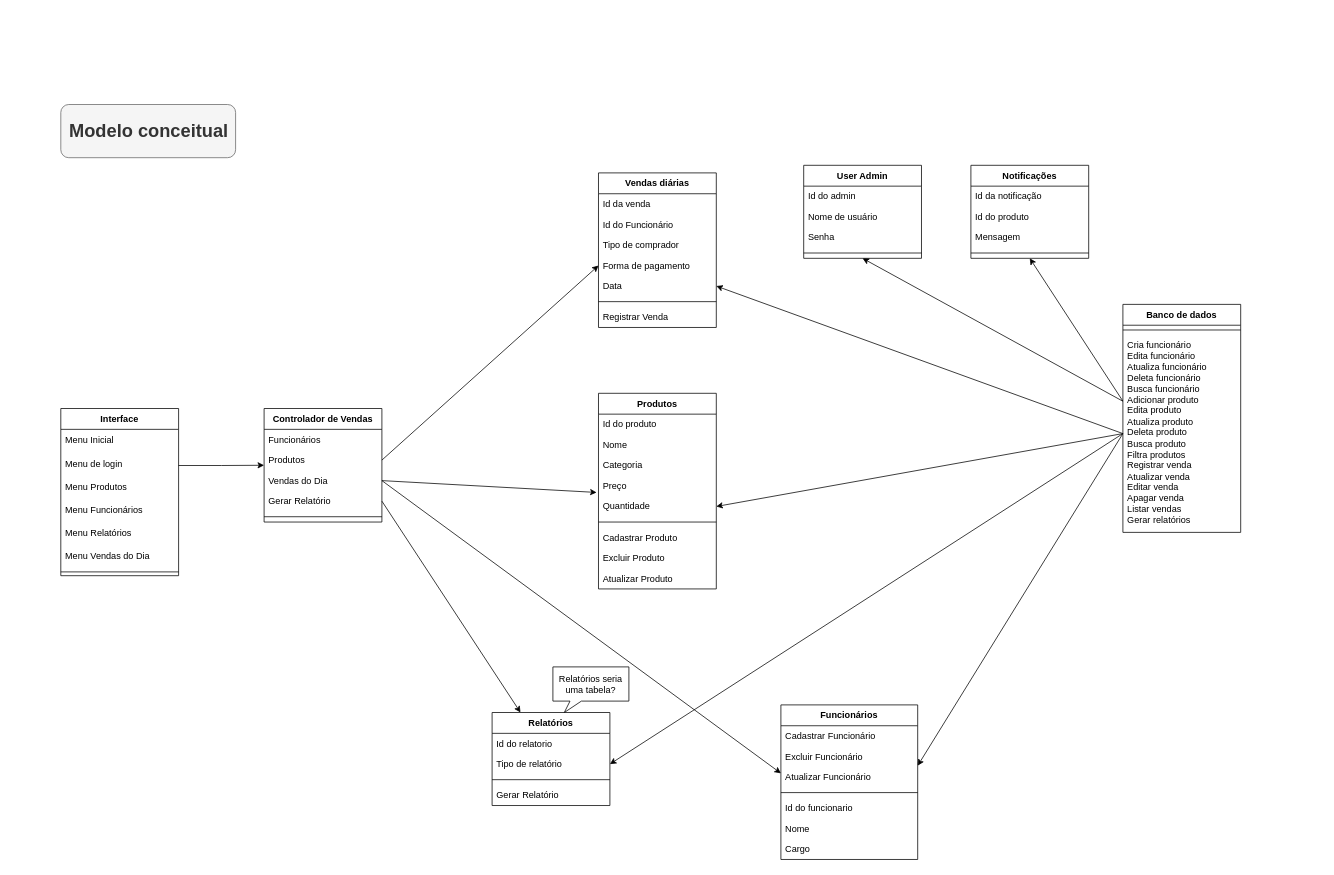
Earlier version of the draw.io diagram ModeloConceitual.drawio (belleruivo/cantina-fatore). Source tidied: cells renumbered, new cells numbered last; positions are measured from the earlier drawing's top-left corner, leaving out a move shared by most shapes. Both pictures are drawn from the tidied source at 76%, with x=0, y=0 at pixel (60, 104).
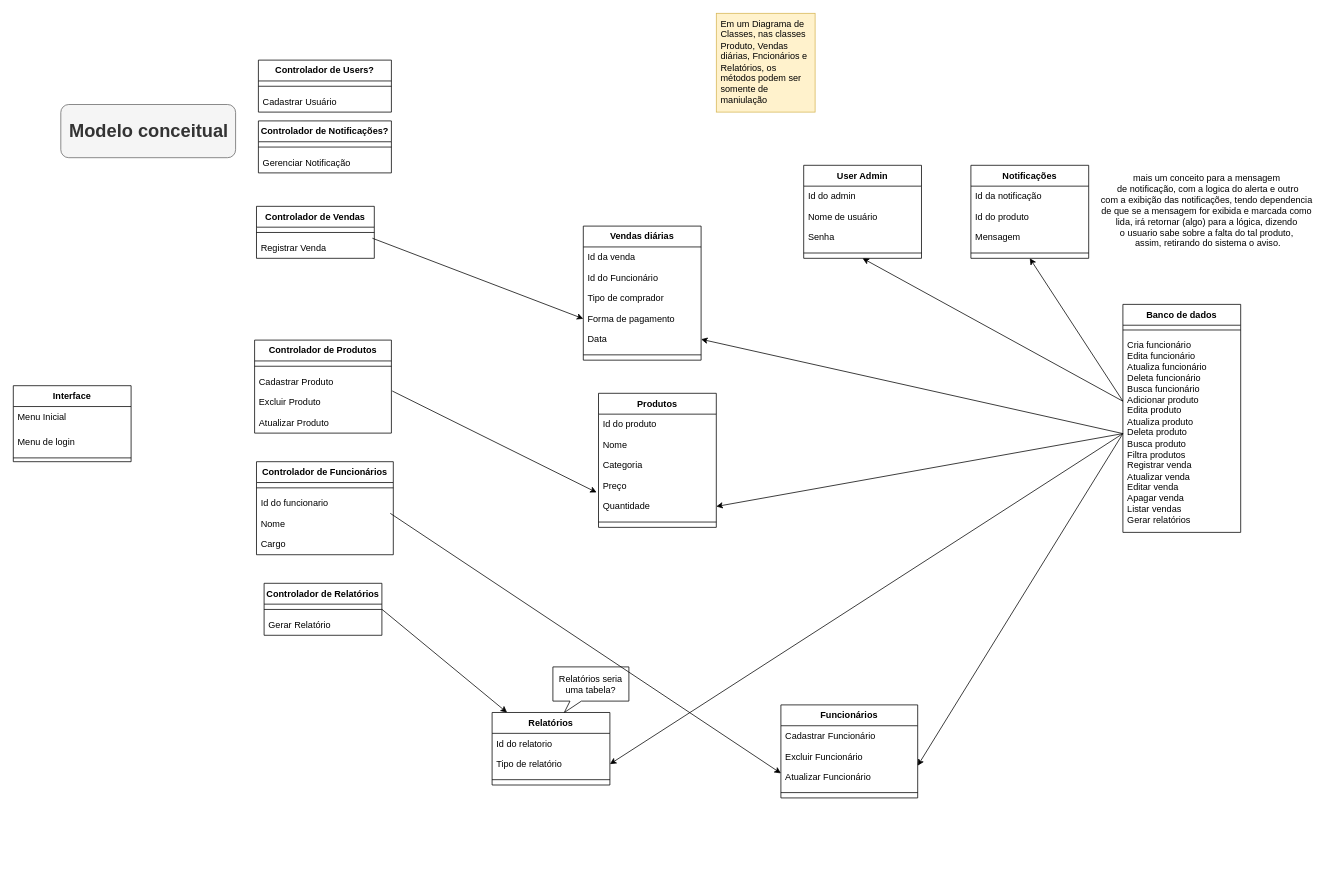
After the change.

Unchanged cells that the change refers to:
```xml
<mxCell id="2" value="Banco de dados" style="swimlane;fontStyle=1;align=center;verticalAlign=top;horizontal=1;startSize=27.428571428571427;" parent="1" vertex="1">
  <mxGeometry x="1398" y="263" width="155" height="300" as="geometry" />
</mxCell>
<mxCell id="19" value="Forma de pagamento" style="text;strokeColor=none;fillColor=none;align=left;verticalAlign=top;spacingLeft=4;spacingRight=4;overflow=hidden;points=[[0,0.5],[1,0.5]];portConstraint=eastwest;" parent="15" vertex="1">
  <mxGeometry y="108.4" width="155" height="27" as="geometry" />
</mxCell>
<mxCell id="33" value="Quantidade" style="text;strokeColor=none;fillColor=none;align=left;verticalAlign=top;spacingLeft=4;spacingRight=4;overflow=hidden;points=[[0,0.5],[1,0.5]];portConstraint=eastwest;" parent="28" vertex="1">
  <mxGeometry y="135.4" width="155" height="27" as="geometry" />
</mxCell>
<mxCell id="40" value="Menu de login" style="text;strokeColor=none;fillColor=none;align=left;verticalAlign=top;spacingLeft=4;spacingRight=4;overflow=hidden;points=[[0,0.5],[1,0.5]];portConstraint=eastwest;" parent="38" vertex="1">
  <mxGeometry y="60" width="155" height="30" as="geometry" />
</mxCell>
```

Change to the diagram source:
```diff
@@
-    <mxCell id="4" value="Cria funcionário&lt;div&gt;Edita funcionário&lt;/div&gt;&lt;div&gt;Atualiza funcionário&lt;/div&gt;&lt;div&gt;Deleta funcionário&lt;/div&gt;&lt;div&gt;Busca funcionário&lt;/div&gt;&lt;div&gt;Adicionar produto&lt;/div&gt;&lt;div&gt;Edita produto&lt;/div&gt;&lt;div&gt;Atualiza produto&lt;/div&gt;&lt;div&gt;Deleta produto&lt;/div&gt;&lt;div&gt;Busca produto&lt;/div&gt;&lt;div&gt;Filtra produtos&lt;/div&gt;&lt;div&gt;Registrar venda&lt;/div&gt;&lt;div&gt;Atualizar venda&lt;/div&gt;&lt;div&gt;Editar venda&lt;/div&gt;&lt;div&gt;Apagar venda&lt;/div&gt;&lt;div&gt;Listar vendas&lt;/div&gt;&lt;div&gt;Gerar relatórios&lt;/div&gt;&lt;div&gt;&lt;br&gt;&lt;/div&gt;" style="text;strokeColor=none;fillColor=none;align=left;verticalAlign=top;spacingLeft=4;spacingRight=4;overflow=hidden;points=[[0,0.5],[1,0.5]];portConstraint=eastwest;whiteSpace=wrap;html=1;" parent="2" vertex="1">
+    <mxCell id="4" value="Cria funcionário&lt;div&gt;Edita funcionário&lt;/div&gt;&lt;div&gt;Atualiza funcionário&lt;/div&gt;&lt;div&gt;Deleta funcionário&lt;/div&gt;&lt;div&gt;Busca funcionário&lt;/div&gt;&lt;div&gt;Adicionar produto&lt;/div&gt;&lt;div&gt;Edita produto&lt;/div&gt;&lt;div&gt;Atualiza produto&lt;/div&gt;&lt;div&gt;Deleta produto&lt;/div&gt;&lt;div&gt;Busca produto&lt;/div&gt;&lt;div&gt;Filtra produtos&lt;/div&gt;&lt;div&gt;Registrar venda&lt;/div&gt;&lt;div&gt;Atualizar venda&lt;/div&gt;&lt;div&gt;Editar venda&lt;/div&gt;&lt;div&gt;Apagar venda&lt;/div&gt;&lt;div&gt;Listar vendas&lt;/div&gt;&lt;div&gt;Gerar relatórios&lt;/div&gt;" style="text;strokeColor=none;fillColor=none;align=left;verticalAlign=top;spacingLeft=4;spacingRight=4;overflow=hidden;points=[[0,0.5],[1,0.5]];portConstraint=eastwest;whiteSpace=wrap;html=1;" parent="2" vertex="1">
       <mxGeometry y="40" width="155" height="260" as="geometry" />
     </mxCell>
@@
     <mxCell id="10" value="Relatórios" style="swimlane;fontStyle=1;align=center;verticalAlign=top;horizontal=1;startSize=27.428571428571427;" parent="1" vertex="1">
-      <mxGeometry x="568" y="800" width="155" height="122.4" as="geometry" />
+      <mxGeometry x="568" y="800" width="155" height="95.4" as="geometry" />
     </mxCell>
@@
-    <mxCell id="14" value="Gerar Relatório" style="text;strokeColor=none;fillColor=none;align=left;verticalAlign=top;spacingLeft=4;spacingRight=4;overflow=hidden;" parent="10" vertex="1">
-      <mxGeometry y="95.4" width="155" height="27" as="geometry" />
-    </mxCell>
     <mxCell id="15" value="Vendas diárias" style="swimlane;fontStyle=1;align=center;verticalAlign=top;horizontal=1;startSize=27.428571428571427;" parent="1" vertex="1">
-      <mxGeometry x="708" y="90" width="155" height="203.4" as="geometry" />
+      <mxGeometry x="688" y="160" width="155" height="176.4" as="geometry" />
     </mxCell>
@@
-    <mxCell id="22" value="Registrar Venda" style="text;strokeColor=none;fillColor=none;align=left;verticalAlign=top;spacingLeft=4;spacingRight=4;overflow=hidden;points=[[0,0.5],[1,0.5]];portConstraint=eastwest;" parent="15" vertex="1">
-      <mxGeometry y="176.4" width="155" height="27" as="geometry" />
-    </mxCell>
@@
     <mxCell id="28" value="Produtos" style="swimlane;fontStyle=1;align=center;verticalAlign=top;horizontal=1;startSize=27.428571428571427;" parent="1" vertex="1">
-      <mxGeometry x="708" y="380" width="155" height="257.4" as="geometry" />
+      <mxGeometry x="708" y="380" width="155" height="176.4" as="geometry" />
     </mxCell>
@@
-    <mxCell id="35" value="Cadastrar Produto" style="text;strokeColor=none;fillColor=none;align=left;verticalAlign=top;spacingLeft=4;spacingRight=4;overflow=hidden;points=[[0,0.5],[1,0.5]];portConstraint=eastwest;" parent="28" vertex="1">
-      <mxGeometry y="176.4" width="155" height="27" as="geometry" />
-    </mxCell>
-    <mxCell id="36" value="Excluir Produto" style="text;strokeColor=none;fillColor=none;align=left;verticalAlign=top;spacingLeft=4;spacingRight=4;overflow=hidden;" parent="28" vertex="1">
-      <mxGeometry y="203.4" width="155" height="27" as="geometry" />
-    </mxCell>
-    <mxCell id="37" value="Atualizar Produto" style="text;strokeColor=none;fillColor=none;align=left;verticalAlign=top;spacingLeft=4;spacingRight=4;overflow=hidden;" parent="28" vertex="1">
-      <mxGeometry y="230.4" width="155" height="27" as="geometry" />
-    </mxCell>
     <mxCell id="38" value="Interface" style="swimlane;fontStyle=1;align=center;verticalAlign=top;horizontal=1;startSize=27.428571428571427;" parent="1" vertex="1">
-      <mxGeometry x="0.5" y="400" width="155" height="220" as="geometry" />
+      <mxGeometry x="-62" y="370" width="155" height="100" as="geometry" />
     </mxCell>
@@
-    <mxCell id="41" value="Menu Produtos" style="text;strokeColor=none;fillColor=none;align=left;verticalAlign=top;spacingLeft=4;spacingRight=4;overflow=hidden;" parent="38" vertex="1">
-      <mxGeometry y="90" width="155" height="30" as="geometry" />
-    </mxCell>
-    <mxCell id="42" value="Menu Funcionários" style="text;strokeColor=none;fillColor=none;align=left;verticalAlign=top;spacingLeft=4;spacingRight=4;overflow=hidden;" parent="38" vertex="1">
-      <mxGeometry y="120" width="155" height="30" as="geometry" />
-    </mxCell>
-    <mxCell id="43" value="Menu Relatórios" style="text;strokeColor=none;fillColor=none;align=left;verticalAlign=top;spacingLeft=4;spacingRight=4;overflow=hidden;" parent="38" vertex="1">
-      <mxGeometry y="150" width="155" height="30" as="geometry" />
-    </mxCell>
-    <mxCell id="44" value="Menu Vendas do Dia" style="text;strokeColor=none;fillColor=none;align=left;verticalAlign=top;spacingLeft=4;spacingRight=4;overflow=hidden;" parent="38" vertex="1">
-      <mxGeometry y="180" width="155" height="30" as="geometry" />
-    </mxCell>
     <mxCell id="45" style="line;strokeWidth=1;fillColor=none;align=left;verticalAlign=middle;spacingTop=-1;spacingLeft=3;spacingRight=3;labelPosition=right;strokeColor=inherit;" parent="38" vertex="1">
-      <mxGeometry y="210" width="155" height="10" as="geometry" />
+      <mxGeometry y="90" width="155" height="10" as="geometry" />
     </mxCell>
@@
-    <mxCell id="48" value="Controlador de Vendas" style="swimlane;fontStyle=1;align=center;verticalAlign=top;horizontal=1;startSize=27.428571428571427;" parent="1" vertex="1">
-      <mxGeometry x="268" y="400" width="155" height="149.4" as="geometry" />
+    <mxCell id="48" value="Controlador de Funcionários" style="swimlane;fontStyle=1;align=center;verticalAlign=top;horizontal=1;startSize=27.428571428571427;" parent="1" vertex="1">
+      <mxGeometry x="258" y="470" width="180" height="122.4" as="geometry" />
     </mxCell>
-    <mxCell id="49" value="Funcionários" style="text;strokeColor=none;fillColor=none;align=left;verticalAlign=top;spacingLeft=4;spacingRight=4;overflow=hidden;" parent="48" vertex="1">
-      <mxGeometry y="27.4" width="155" height="27" as="geometry" />
-    </mxCell>
-    <mxCell id="50" value="Produtos" style="text;strokeColor=none;fillColor=none;align=left;verticalAlign=top;spacingLeft=4;spacingRight=4;overflow=hidden;points=[[0,0.5],[1,0.5]];portConstraint=eastwest;" parent="48" vertex="1">
-      <mxGeometry y="54.4" width="155" height="27" as="geometry" />
-    </mxCell>
-    <mxCell id="51" value="Vendas do Dia" style="text;strokeColor=none;fillColor=none;align=left;verticalAlign=top;spacingLeft=4;spacingRight=4;overflow=hidden;points=[[0,0.5],[1,0.5]];portConstraint=eastwest;" parent="48" vertex="1">
-      <mxGeometry y="81.4" width="155" height="27" as="geometry" />
-    </mxCell>
-    <mxCell id="52" value="Gerar Relatório" style="text;strokeColor=none;fillColor=none;align=left;verticalAlign=top;spacingLeft=4;spacingRight=4;overflow=hidden;points=[[0,0.5],[1,0.5]];portConstraint=eastwest;" parent="48" vertex="1">
-      <mxGeometry y="108.4" width="155" height="27" as="geometry" />
-    </mxCell>
     <mxCell id="53" style="line;strokeWidth=1;fillColor=none;align=left;verticalAlign=middle;spacingTop=-1;spacingLeft=3;spacingRight=3;labelPosition=right;strokeColor=inherit;" parent="48" vertex="1">
-      <mxGeometry y="135.4" width="155" height="14" as="geometry" />
+      <mxGeometry y="27.4" width="180" height="14" as="geometry" />
     </mxCell>
-    <mxCell id="54" style="edgeStyle=orthogonalEdgeStyle;rounded=0;jettySize=auto;html=1;exitX=1;exitY=0.5;exitDx=0;exitDy=0;entryX=0;entryY=0.5;entryDx=0;entryDy=0;" parent="1" edge="1" source="40" target="48">
-      <mxGeometry relative="1" as="geometry" />
-    </mxCell>
+    <mxCell id="60" value="Id do funcionario" style="text;strokeColor=none;fillColor=none;align=left;verticalAlign=top;spacingLeft=4;spacingRight=4;overflow=hidden;points=[[0,0.5],[1,0.5]];portConstraint=eastwest;" parent="48" vertex="1">
+      <mxGeometry y="41.4" width="180" height="27" as="geometry" />
+    </mxCell>
+    <mxCell id="61" value="Nome" style="text;strokeColor=none;fillColor=none;align=left;verticalAlign=top;spacingLeft=4;spacingRight=4;overflow=hidden;" parent="48" vertex="1">
+      <mxGeometry y="68.4" width="180" height="27" as="geometry" />
+    </mxCell>
+    <mxCell id="62" value="Cargo" style="text;strokeColor=none;fillColor=none;align=left;verticalAlign=top;spacingLeft=4;spacingRight=4;overflow=hidden;" parent="48" vertex="1">
+      <mxGeometry y="95.4" width="180" height="27" as="geometry" />
+    </mxCell>
     <mxCell id="55" value="Funcionários" style="swimlane;fontStyle=1;align=center;verticalAlign=top;horizontal=1;startSize=27.428571428571427;" parent="1" vertex="1">
-      <mxGeometry x="948" y="790" width="180" height="203.4" as="geometry" />
+      <mxGeometry x="948" y="790" width="180" height="122.4" as="geometry" />
     </mxCell>
@@
-    <mxCell id="60" value="Id do funcionario" style="text;strokeColor=none;fillColor=none;align=left;verticalAlign=top;spacingLeft=4;spacingRight=4;overflow=hidden;points=[[0,0.5],[1,0.5]];portConstraint=eastwest;" parent="55" vertex="1">
-      <mxGeometry y="122.4" width="180" height="27" as="geometry" />
-    </mxCell>
-    <mxCell id="61" value="Nome" style="text;strokeColor=none;fillColor=none;align=left;verticalAlign=top;spacingLeft=4;spacingRight=4;overflow=hidden;" parent="55" vertex="1">
-      <mxGeometry y="149.4" width="180" height="27" as="geometry" />
-    </mxCell>
-    <mxCell id="62" value="Cargo" style="text;strokeColor=none;fillColor=none;align=left;verticalAlign=top;spacingLeft=4;spacingRight=4;overflow=hidden;" parent="55" vertex="1">
-      <mxGeometry y="176.4" width="180" height="27" as="geometry" />
-    </mxCell>
@@
-    <mxCell id="66" style="endArrow=classic;html=1;rounded=0;exitX=1;exitY=0.5;exitDx=0;exitDy=0;" parent="1" edge="1" source="51">
+    <mxCell id="66" style="endArrow=classic;html=1;rounded=0;exitX=0.978;exitY=0.984;exitDx=0;exitDy=0;exitPerimeter=0;" parent="1" edge="1" source="60">
       <mxGeometry relative="1" as="geometry">
         <mxPoint x="948" y="880" as="targetPoint" />
       </mxGeometry>
     </mxCell>
-    <mxCell id="67" style="endArrow=classic;html=1;rounded=0;exitX=1;exitY=0.5;exitDx=0;exitDy=0;" parent="1" edge="1" source="52" target="10">
+    <mxCell id="67" style="endArrow=classic;html=1;rounded=0;exitX=1;exitY=0.5;exitDx=0;exitDy=0;" parent="1" edge="1" source="78" target="10">
       <mxGeometry relative="1" as="geometry" />
     </mxCell>
@@
-    <mxCell id="69" style="endArrow=classic;html=1;rounded=0;exitX=1;exitY=0.5;exitDx=0;exitDy=0;entryX=-0.016;entryY=-0.183;entryDx=0;entryDy=0;entryPerimeter=0;" parent="1" edge="1" source="51" target="33">
+    <mxCell id="69" style="endArrow=classic;html=1;rounded=0;exitX=1.006;exitY=0.947;exitDx=0;exitDy=0;entryX=-0.016;entryY=-0.183;entryDx=0;entryDy=0;entryPerimeter=0;exitPerimeter=0;" parent="1" edge="1" source="35" target="33">
       <mxGeometry relative="1" as="geometry" />
     </mxCell>
@@
-    <mxCell id="71" style="endArrow=classic;html=1;rounded=0;exitX=1;exitY=0.5;exitDx=0;exitDy=0;entryX=0;entryY=0.5;entryDx=0;entryDy=0;" parent="1" edge="1" source="50" target="19">
+    <mxCell id="71" style="endArrow=classic;html=1;rounded=0;exitX=0.984;exitY=0.021;exitDx=0;exitDy=0;entryX=0;entryY=0.5;entryDx=0;entryDy=0;exitPerimeter=0;" parent="1" edge="1" source="22" target="19">
       <mxGeometry relative="1" as="geometry" />
     </mxCell>
@@
+    <mxCell id="73" value="mais um conceito para a mensagem&lt;div&gt;&amp;nbsp;de notificação, com a logica do alerta e outro&lt;/div&gt;&lt;div&gt;com a exibição das notificações, tendo dependencia&lt;/div&gt;&lt;div&gt;de que se a mensagem for exibida e marcada como&lt;/div&gt;&lt;div&gt;lida, irá retornar (algo) para a lógica, dizendo&lt;/div&gt;&lt;div&gt;&lt;span style=&quot;background-color: initial;&quot;&gt;o usuario sabe sobre a falta do tal produto,&lt;/span&gt;&lt;/div&gt;&lt;div&gt;&lt;span style=&quot;background-color: initial;&quot;&gt;&amp;nbsp;assim, retirando do sistema o aviso.&lt;/span&gt;&lt;/div&gt;&lt;div&gt;&lt;br&gt;&lt;/div&gt;" style="text;html=1;align=center;verticalAlign=middle;strokeColor=none;fillColor=none;" parent="1" vertex="1">
+      <mxGeometry x="1358" y="82.4" width="300" height="130" as="geometry" />
+    </mxCell>
+    <mxCell id="74" value="Controlador de Produtos" style="swimlane;fontStyle=1;align=center;verticalAlign=top;horizontal=1;startSize=27.428571428571427;" parent="1" vertex="1">
+      <mxGeometry x="255.5" y="310" width="180" height="122.4" as="geometry" />
+    </mxCell>
+    <mxCell id="75" style="line;strokeWidth=1;fillColor=none;align=left;verticalAlign=middle;spacingTop=-1;spacingLeft=3;spacingRight=3;labelPosition=right;strokeColor=inherit;" parent="74" vertex="1">
+      <mxGeometry y="27.4" width="180" height="14" as="geometry" />
+    </mxCell>
+    <mxCell id="35" value="Cadastrar Produto" style="text;strokeColor=none;fillColor=none;align=left;verticalAlign=top;spacingLeft=4;spacingRight=4;overflow=hidden;points=[[0,0.5],[1,0.5]];portConstraint=eastwest;" parent="74" vertex="1">
+      <mxGeometry y="41.4" width="180" height="27" as="geometry" />
+    </mxCell>
+    <mxCell id="36" value="Excluir Produto" style="text;strokeColor=none;fillColor=none;align=left;verticalAlign=top;spacingLeft=4;spacingRight=4;overflow=hidden;" parent="74" vertex="1">
+      <mxGeometry y="68.4" width="180" height="27" as="geometry" />
+    </mxCell>
+    <mxCell id="37" value="Atualizar Produto" style="text;strokeColor=none;fillColor=none;align=left;verticalAlign=top;spacingLeft=4;spacingRight=4;overflow=hidden;" parent="74" vertex="1">
+      <mxGeometry y="95.4" width="180" height="27" as="geometry" />
+    </mxCell>
+    <mxCell id="76" value="Controlador de Vendas" style="swimlane;fontStyle=1;align=center;verticalAlign=top;horizontal=1;startSize=27.428571428571427;" parent="1" vertex="1">
+      <mxGeometry x="258" y="134" width="155" height="68.4" as="geometry" />
+    </mxCell>
+    <mxCell id="77" style="line;strokeWidth=1;fillColor=none;align=left;verticalAlign=middle;spacingTop=-1;spacingLeft=3;spacingRight=3;labelPosition=right;strokeColor=inherit;" parent="76" vertex="1">
+      <mxGeometry y="27.4" width="155" height="14" as="geometry" />
+    </mxCell>
+    <mxCell id="22" value="Registrar Venda" style="text;strokeColor=none;fillColor=none;align=left;verticalAlign=top;spacingLeft=4;spacingRight=4;overflow=hidden;points=[[0,0.5],[1,0.5]];portConstraint=eastwest;" parent="76" vertex="1">
+      <mxGeometry y="41.4" width="155" height="27" as="geometry" />
+    </mxCell>
+    <mxCell id="78" value="Controlador de Relatórios" style="swimlane;fontStyle=1;align=center;verticalAlign=top;horizontal=1;startSize=27.428571428571427;" parent="1" vertex="1">
+      <mxGeometry x="268" y="630" width="155" height="68.4" as="geometry" />
+    </mxCell>
+    <mxCell id="79" style="line;strokeWidth=1;fillColor=none;align=left;verticalAlign=middle;spacingTop=-1;spacingLeft=3;spacingRight=3;labelPosition=right;strokeColor=inherit;" parent="78" vertex="1">
+      <mxGeometry y="27.4" width="155" height="14" as="geometry" />
+    </mxCell>
+    <mxCell id="14" value="Gerar Relatório" style="text;strokeColor=none;fillColor=none;align=left;verticalAlign=top;spacingLeft=4;spacingRight=4;overflow=hidden;" parent="78" vertex="1">
+      <mxGeometry y="41.4" width="155" height="27" as="geometry" />
+    </mxCell>
+    <mxCell id="80" style="whiteSpace=wrap;html=1;fillColor=#fff2cc;strokeColor=#d6b656;" parent="1" vertex="1">
+      <mxGeometry x="863" y="-120" width="130" height="130" as="geometry" />
+    </mxCell>
+    <mxCell id="81" value="Em um Diagrama de Classes, nas classes Produto, Vendas diárias, Fncionários e Relatórios, os métodos podem ser somente de maniulação" style="text;strokeColor=none;fillColor=none;align=left;verticalAlign=top;spacingLeft=4;spacingRight=4;overflow=hidden;whiteSpace=wrap;" parent="1" vertex="1">
+      <mxGeometry x="863" y="-120" width="125" height="130" as="geometry" />
+    </mxCell>
+    <mxCell id="82" value="Controlador de Notificações?" style="swimlane;fontStyle=1;align=center;verticalAlign=top;horizontal=1;startSize=27.428571428571427;" parent="1" vertex="1">
+      <mxGeometry x="260.5" y="21.6" width="175" height="68.4" as="geometry" />
+    </mxCell>
+    <mxCell id="83" style="line;strokeWidth=1;fillColor=none;align=left;verticalAlign=middle;spacingTop=-1;spacingLeft=3;spacingRight=3;labelPosition=right;strokeColor=inherit;" parent="82" vertex="1">
+      <mxGeometry y="27.4" width="175" height="14" as="geometry" />
+    </mxCell>
+    <mxCell id="84" value="Gerenciar Notificação" style="text;strokeColor=none;fillColor=none;align=left;verticalAlign=top;spacingLeft=4;spacingRight=4;overflow=hidden;" parent="82" vertex="1">
+      <mxGeometry y="41.4" width="175" height="27" as="geometry" />
+    </mxCell>
+    <mxCell id="85" value="Controlador de Users?" style="swimlane;fontStyle=1;align=center;verticalAlign=top;horizontal=1;startSize=27.428571428571427;" parent="1" vertex="1">
+      <mxGeometry x="260.5" y="-58.4" width="175" height="68.4" as="geometry" />
+    </mxCell>
+    <mxCell id="86" style="line;strokeWidth=1;fillColor=none;align=left;verticalAlign=middle;spacingTop=-1;spacingLeft=3;spacingRight=3;labelPosition=right;strokeColor=inherit;" parent="85" vertex="1">
+      <mxGeometry y="27.4" width="175" height="14" as="geometry" />
+    </mxCell>
+    <mxCell id="87" value="Cadastrar Usuário" style="text;strokeColor=none;fillColor=none;align=left;verticalAlign=top;spacingLeft=4;spacingRight=4;overflow=hidden;" parent="85" vertex="1">
+      <mxGeometry y="41.4" width="175" height="27" as="geometry" />
+    </mxCell>
```
